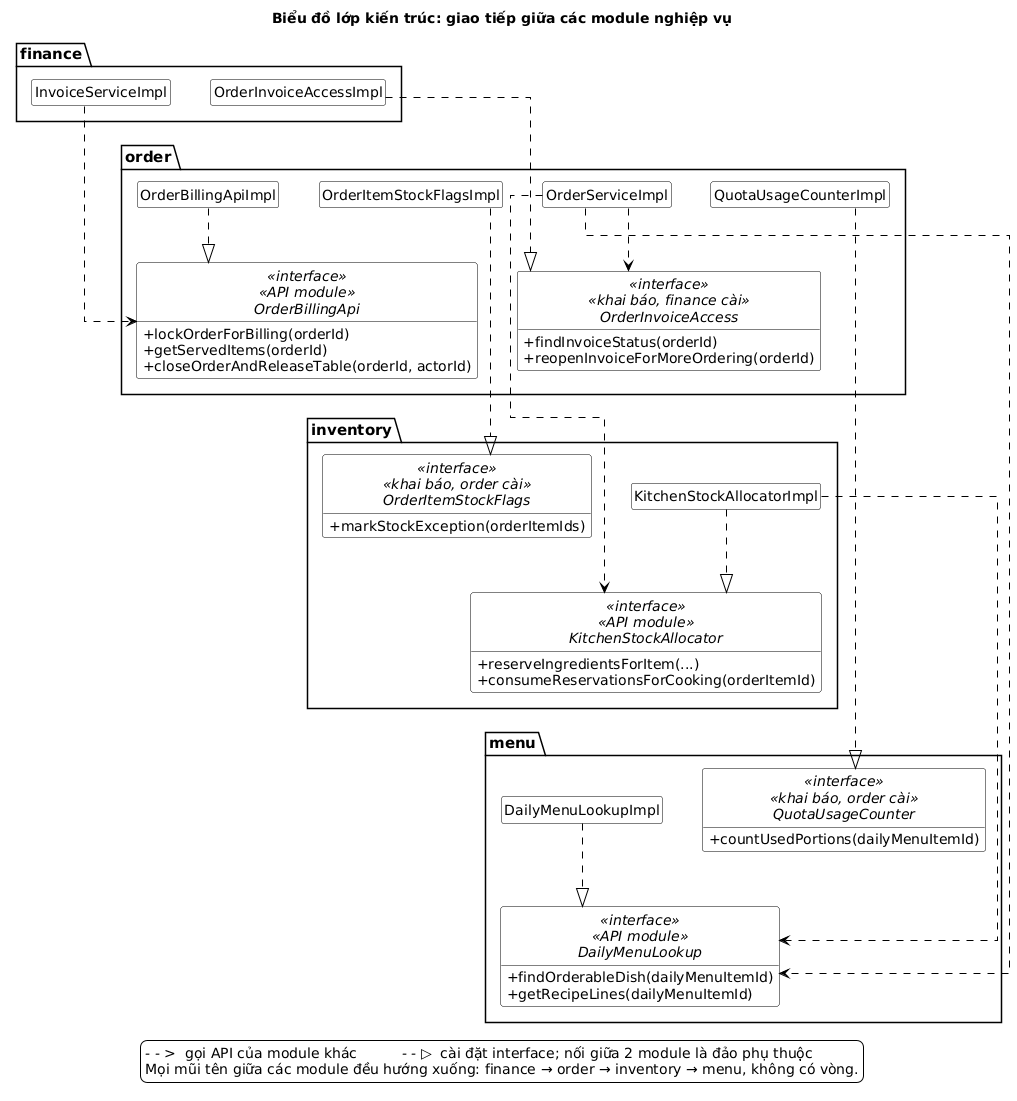
The PlantUML diagram docs/bao-cao-ltnc/uml/class-kien-truc.png in Anpham120/restaurant-management-system, before a commit.
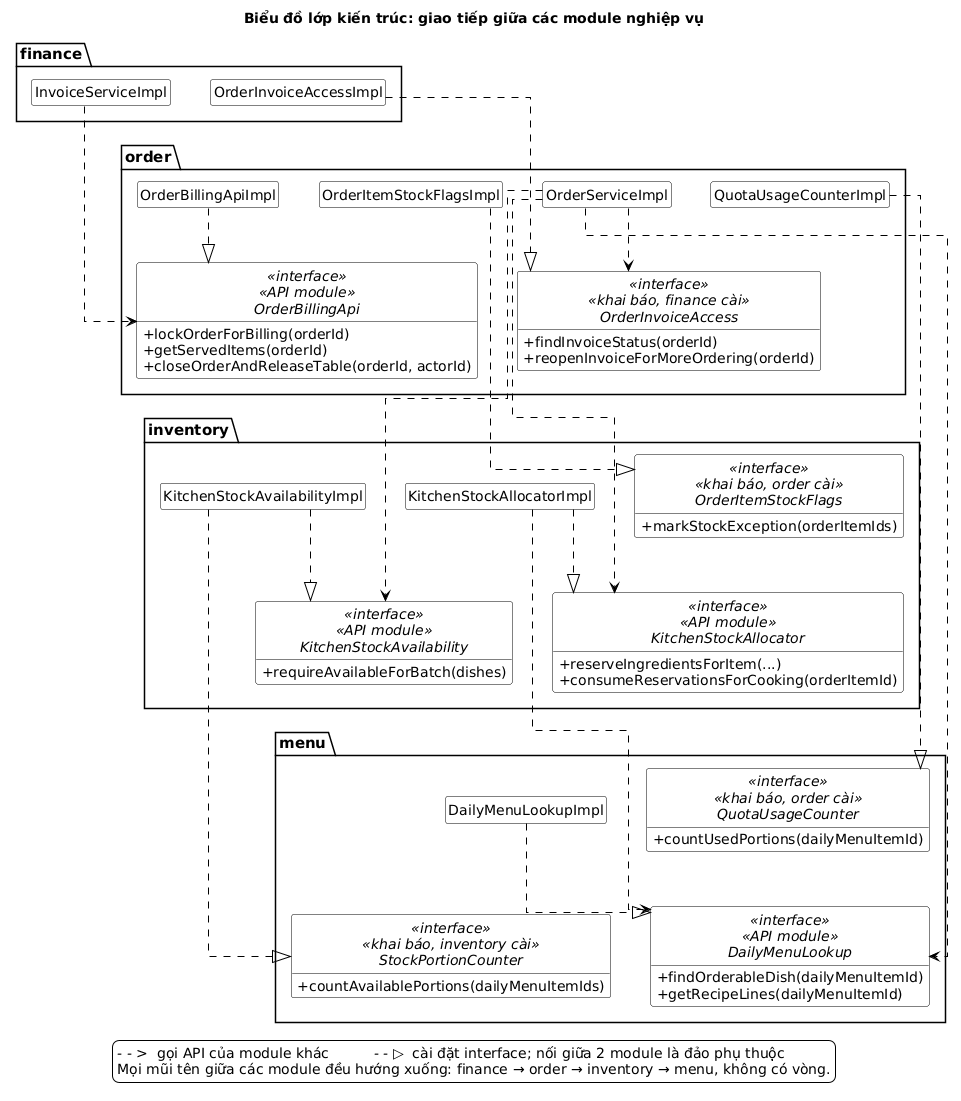
After the commit.

Commit message:
docs(bao-cao-ltnc): so do lop kien truc du 8 interface giua module

Them KitchenStockAvailability (API inventory, order dung khi goi mon) va StockPortionCounter (menu khai bao,
inventory cai: dao phu thuoc thu 4). So do van den trang, xep doc.

Claude-Session: https://claude.ai/code/session_01WQssgqp61zYpJB6mwpaxse

The edit, as a diff of the source:
```diff
@@ -51,7 +51,11 @@
   interface OrderItemStockFlags <<interface>> <<khai báo, order cài>> {
     + markStockException(orderItemIds)
   }
+  interface KitchenStockAvailability <<interface>> <<API module>> {
+    + requireAvailableForBatch(dishes)
+  }
   class KitchenStockAllocatorImpl
+  class KitchenStockAvailabilityImpl
 }
 
 package "menu" as menu {
@@ -62,29 +66,38 @@
   interface QuotaUsageCounter <<interface>> <<khai báo, order cài>> {
     + countUsedPortions(dailyMenuItemId)
   }
+  interface StockPortionCounter <<interface>> <<khai báo, inventory cài>> {
+    + countAvailablePortions(dailyMenuItemIds)
+  }
   class DailyMenuLookupImpl
 }
 
 InvoiceServiceImpl -[hidden]down- OrderBillingApiImpl
 OrderInvoiceAccessImpl -[hidden]down- OrderServiceImpl
-OrderBillingApi -[hidden]down- KitchenStockAllocator
-OrderInvoiceAccess -[hidden]down- OrderItemStockFlags
+OrderBillingApi -[hidden]down- KitchenStockAllocatorImpl
+OrderInvoiceAccess -[hidden]down- KitchenStockAvailabilityImpl
 KitchenStockAllocator -[hidden]down- DailyMenuLookupImpl
-OrderItemStockFlags -[hidden]down- DailyMenuLookupImpl
+KitchenStockAvailability -[hidden]down- StockPortionCounter
+OrderItemStockFlags -[hidden]down- QuotaUsageCounter
+KitchenStockAllocator -[hidden]right- KitchenStockAvailability
+DailyMenuLookup -[hidden]right- StockPortionCounter
 
 InvoiceServiceImpl ..> OrderBillingApi
 OrderServiceImpl ..> OrderInvoiceAccess
 OrderServiceImpl ..> KitchenStockAllocator
+OrderServiceImpl ..> KitchenStockAvailability
 OrderServiceImpl ..> DailyMenuLookup
 KitchenStockAllocatorImpl ..> DailyMenuLookup
 
 OrderBillingApi <|.up. OrderBillingApiImpl
 KitchenStockAllocator <|.up. KitchenStockAllocatorImpl
+KitchenStockAvailability <|.up. KitchenStockAvailabilityImpl
 DailyMenuLookup <|.up. DailyMenuLookupImpl
 
 OrderInvoiceAccessImpl ..|> OrderInvoiceAccess
 OrderItemStockFlagsImpl ..|> OrderItemStockFlags
 QuotaUsageCounterImpl ..|> QuotaUsageCounter
+KitchenStockAvailabilityImpl ..|> StockPortionCounter
 
 legend bottom
   - - >  gọi API của module khác          - - ▷  cài đặt interface; nối giữa 2 module là đảo phụ thuộc
```
